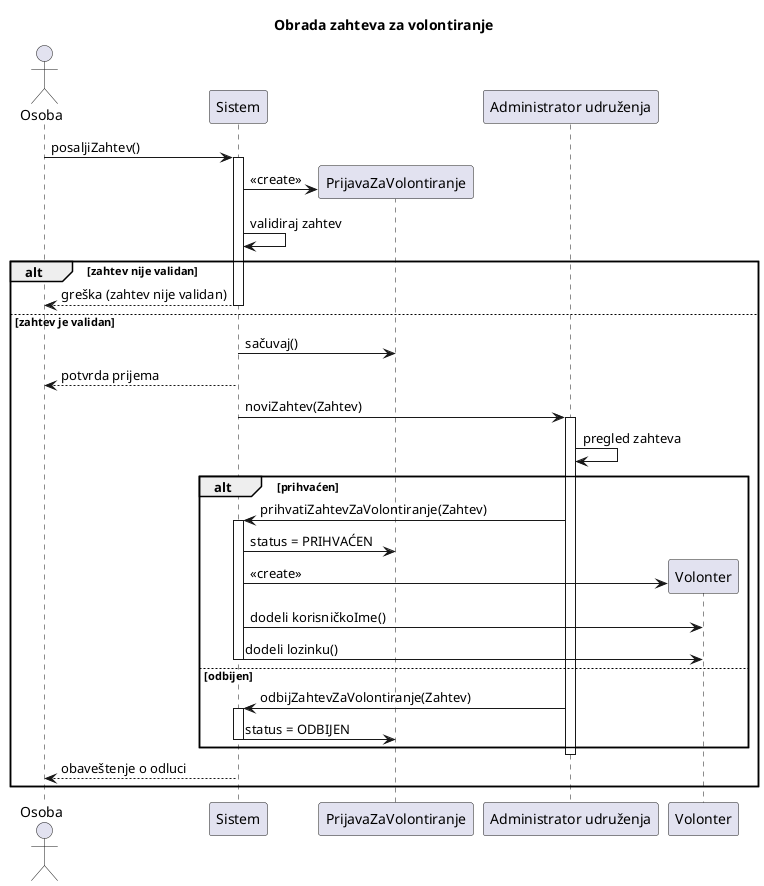
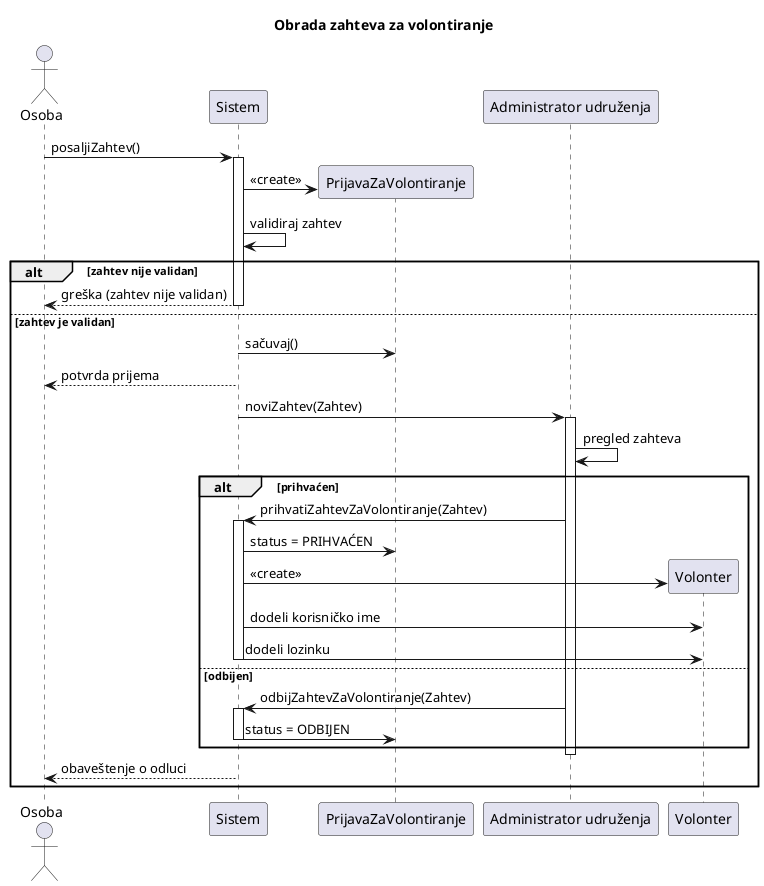
@startuml
title Obrada zahteva za volontiranje

actor Osoba

participant Sistem
participant "PrijavaZaVolontiranje" as Zahtev
participant "Administrator udruženja" as Admin
participant Volonter

Osoba -> Sistem : posaljiZahtev()

activate Sistem

create Zahtev
Sistem -> Zahtev : <<create>>

Sistem -> Sistem : validiraj zahtev

alt zahtev nije validan

Sistem --> Osoba : greška (zahtev nije validan)
deactivate Sistem

else zahtev je validan

Sistem -> Zahtev : sačuvaj()
Sistem --> Osoba : potvrda prijema

Sistem -> Admin : noviZahtev(Zahtev)

activate Admin

Admin -> Admin : pregled zahteva

alt prihvaćen

Admin -> Sistem : prihvatiZahtevZaVolontiranje(Zahtev)

activate Sistem

Sistem -> Zahtev : status = PRIHVAĆEN

create Volonter
Sistem -> Volonter : <<create>>

- Sistem -> Volonter : dodeli korisničkoIme()
- Sistem -> Volonter : dodeli lozinku()
+ Sistem -> Volonter : dodeli korisničko ime
+ Sistem -> Volonter : dodeli lozinku

deactivate Sistem

else odbijen

Admin -> Sistem : odbijZahtevZaVolontiranje(Zahtev)

activate Sistem

Sistem -> Zahtev : status = ODBIJEN

deactivate Sistem

end

deactivate Admin

Sistem --> Osoba : obaveštenje o odluci

deactivate Sistem

end
@enduml
